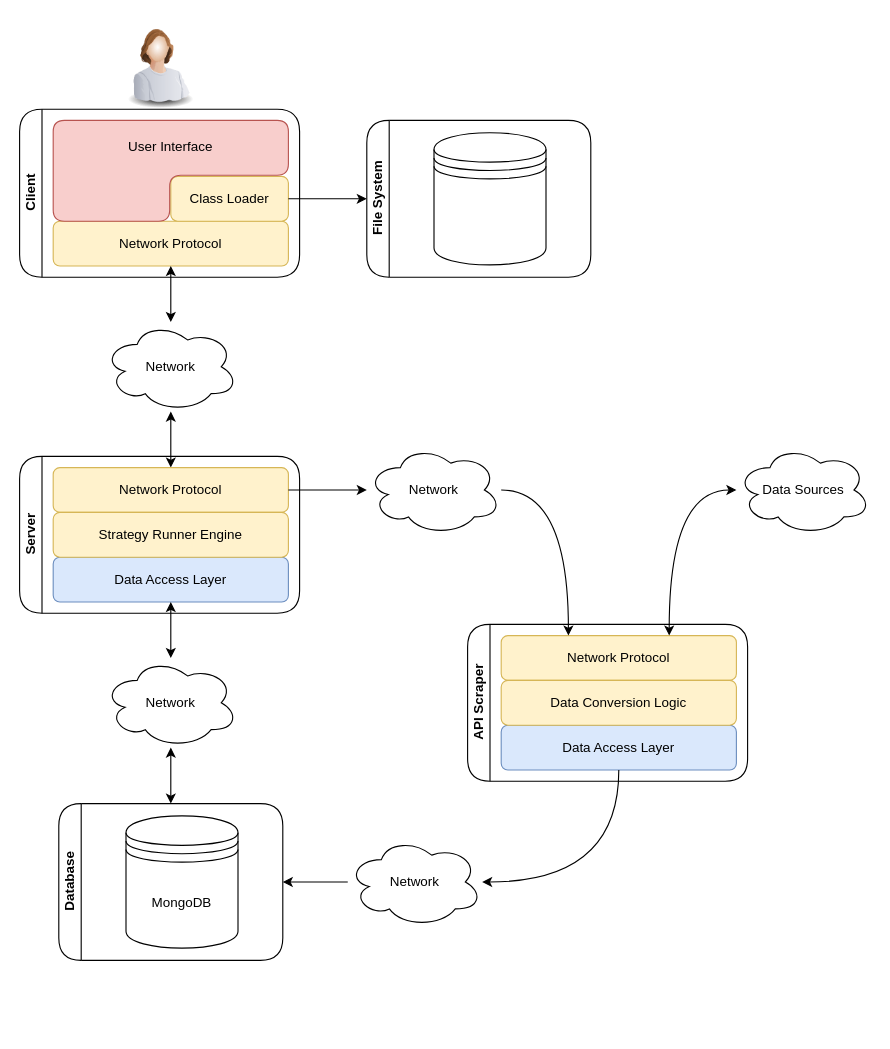
This is drawio/arch.drawio from nferrante1/lsmsd2, a draw.io file, before an edit. Source tidied: cells renumbered, new cells numbered last; positions are measured from the earlier drawing's top-left corner, leaving out a move shared by most shapes. Both pictures are drawn from the tidied source at 112%, with x=0, y=0 at pixel (19, 19).
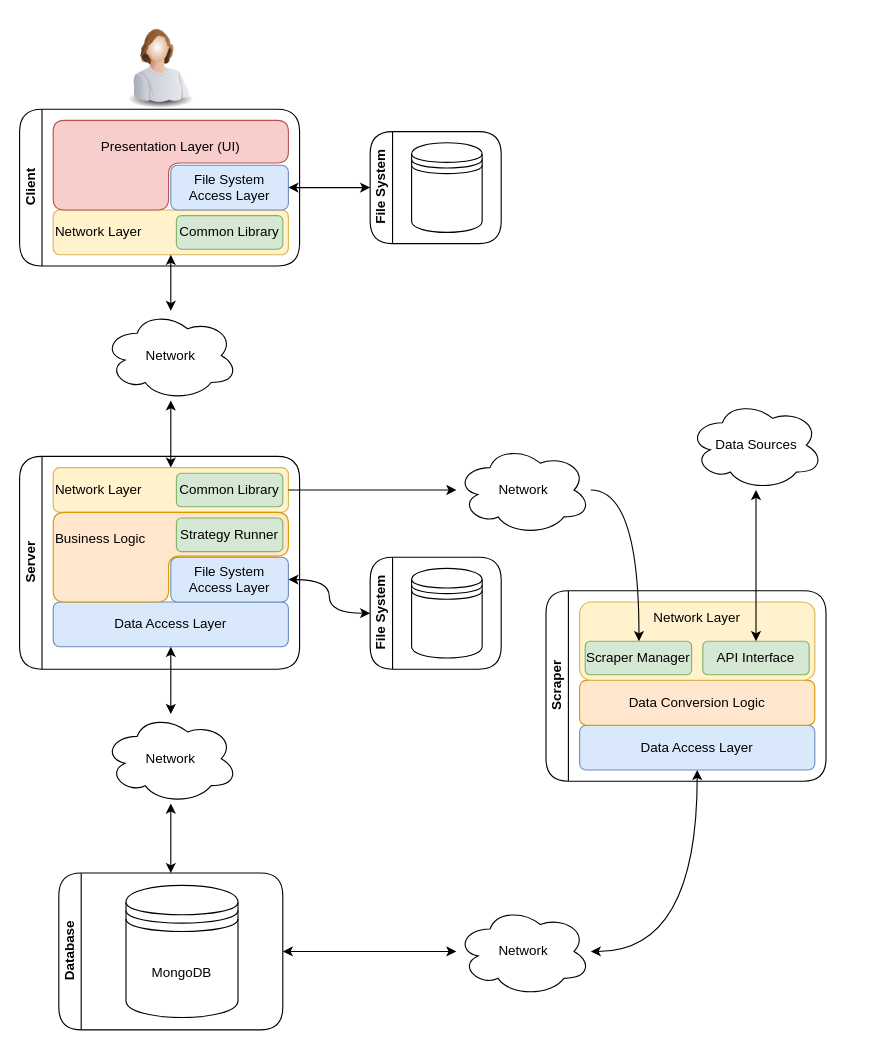
The same diagram, later.

The edit, as a diff of the source:
```diff
@@
     <mxCell id="2" value="Client" style="swimlane;html=1;startSize=20;horizontal=0;horizontalTree=1;containerType=tree;rounded=1;shadow=0;glass=0;comic=0;fillColor=#ffffff;arcSize=37;" parent="1" vertex="1">
-      <mxGeometry y="80" width="250" height="150" as="geometry" />
+      <mxGeometry y="80" width="250" height="140" as="geometry" />
     </mxCell>
-    <mxCell id="3" value="Network Protocol" style="rounded=1;whiteSpace=wrap;html=1;imageAspect=1;fillColor=#fff2cc;strokeColor=#d6b656;" parent="2" vertex="1">
-      <mxGeometry x="30" y="100" width="210" height="40" as="geometry" />
+    <mxCell id="3" value="Network Layer" style="rounded=1;whiteSpace=wrap;html=1;imageAspect=1;fillColor=#fff2cc;strokeColor=#d6b656;align=left;" parent="2" vertex="1">
+      <mxGeometry x="30" y="90" width="210" height="40" as="geometry" />
     </mxCell>
-    <mxCell id="4" value="Class Loader" style="rounded=1;whiteSpace=wrap;html=1;fillColor=#fff2cc;strokeColor=#d6b656;" parent="2" vertex="1">
-      <mxGeometry x="135" y="60" width="105" height="40" as="geometry" />
+    <mxCell id="4" value="File System Access Layer" style="rounded=1;whiteSpace=wrap;html=1;fillColor=#dae8fc;strokeColor=#6c8ebf;" parent="2" vertex="1">
+      <mxGeometry x="135" y="50" width="105" height="40" as="geometry" />
     </mxCell>
-    <mxCell id="5" value="User Interface" style="shape=corner;whiteSpace=wrap;rounded=1;shadow=0;glass=0;comic=0;startSize=20;fillColor=#f8cecc;dx=104;dy=49;strokeColor=#b85450;verticalAlign=top;labelPosition=center;verticalLabelPosition=middle;align=center;horizontal=1;html=1;spacingTop=10;" parent="2" vertex="1">
-      <mxGeometry x="30" y="10" width="210" height="90" as="geometry" />
+    <mxCell id="5" value="Presentation Layer (UI)" style="shape=corner;whiteSpace=wrap;rounded=1;shadow=0;glass=0;comic=0;startSize=20;fillColor=#f8cecc;dx=103;dy=38;strokeColor=#b85450;verticalAlign=top;labelPosition=center;verticalLabelPosition=middle;align=center;horizontal=1;html=1;spacingTop=10;" parent="2" vertex="1">
+      <mxGeometry x="30" y="10" width="210" height="80" as="geometry" />
     </mxCell>
-    <mxCell id="6" style="edgeStyle=orthogonalEdgeStyle;rounded=0;jettySize=auto;html=1;startSize=20;" parent="1" edge="1" source="4" target="7">
-      <mxGeometry relative="1" as="geometry" />
-    </mxCell>
+    <mxCell id="34" value="Common Library" style="rounded=1;whiteSpace=wrap;html=1;fillColor=#d5e8d4;strokeColor=#82b366;" parent="2" vertex="1">
+      <mxGeometry x="140" y="95" width="95" height="30" as="geometry" />
+    </mxCell>
     <mxCell id="7" value="&lt;div&gt;File System&lt;/div&gt;" style="swimlane;html=1;startSize=20;horizontal=0;horizontalTree=1;containerType=tree;rounded=1;shadow=0;glass=0;comic=0;fillColor=#ffffff;arcSize=37;" parent="1" vertex="1">
-      <mxGeometry x="310" y="90" width="200" height="140" as="geometry" />
+      <mxGeometry x="313" y="100" width="117" height="100" as="geometry" />
     </mxCell>
     <mxCell id="8" style="shape=datastore;whiteSpace=wrap;html=1;rounded=1;shadow=0;glass=0;comic=0;startSize=20;fillColor=#ffffff;" parent="7" vertex="1">
-      <mxGeometry x="60" y="11" width="100" height="118" as="geometry" />
+      <mxGeometry x="37" y="10" width="63" height="80" as="geometry" />
     </mxCell>
@@
     <mxCell id="10" value="Network" style="ellipse;shape=cloud;whiteSpace=wrap;html=1;rounded=1;shadow=0;glass=0;comic=0;startSize=20;fillColor=#ffffff;" parent="1" vertex="1">
-      <mxGeometry x="75" y="270" width="120" height="80" as="geometry" />
+      <mxGeometry x="75" y="260" width="120" height="80" as="geometry" />
     </mxCell>
@@
     <mxCell id="12" value="Server" style="swimlane;html=1;startSize=20;horizontal=0;horizontalTree=1;containerType=tree;rounded=1;shadow=0;glass=0;comic=0;fillColor=#ffffff;arcSize=37;" parent="1" vertex="1">
-      <mxGeometry y="390" width="250" height="140" as="geometry" />
+      <mxGeometry y="390" width="250" height="190" as="geometry" />
     </mxCell>
-    <mxCell id="13" value="Network Protocol" style="rounded=1;whiteSpace=wrap;html=1;imageAspect=1;fillColor=#fff2cc;strokeColor=#d6b656;" parent="12" vertex="1">
+    <mxCell id="13" value="Network Layer" style="rounded=1;whiteSpace=wrap;html=1;imageAspect=1;fillColor=#fff2cc;strokeColor=#d6b656;align=left;" parent="12" vertex="1">
       <mxGeometry x="30" y="10" width="210" height="40" as="geometry" />
     </mxCell>
     <mxCell id="14" value="Data Access Layer" style="rounded=1;whiteSpace=wrap;html=1;imageAspect=1;fillColor=#dae8fc;strokeColor=#6c8ebf;" parent="12" vertex="1">
-      <mxGeometry x="30" y="90" width="210" height="40" as="geometry" />
+      <mxGeometry x="30" y="130" width="210" height="40" as="geometry" />
     </mxCell>
-    <mxCell id="15" value="Strategy Runner Engine" style="rounded=1;whiteSpace=wrap;html=1;imageAspect=1;fillColor=#fff2cc;strokeColor=#d6b656;" parent="12" vertex="1">
-      <mxGeometry x="30" y="50" width="210" height="40" as="geometry" />
-    </mxCell>
+    <mxCell id="35" value="File System Access Layer" style="rounded=1;whiteSpace=wrap;html=1;fillColor=#dae8fc;strokeColor=#6c8ebf;" parent="12" vertex="1">
+      <mxGeometry x="135" y="90" width="105" height="40" as="geometry" />
+    </mxCell>
+    <mxCell id="36" value="Business Logic" style="shape=corner;whiteSpace=wrap;rounded=1;shadow=0;glass=0;comic=0;startSize=20;fillColor=#ffe6cc;dx=103;dy=39;strokeColor=#d79b00;verticalAlign=top;labelPosition=center;verticalLabelPosition=middle;align=left;horizontal=1;html=1;spacingTop=10;" parent="12" vertex="1">
+      <mxGeometry x="30" y="50" width="210" height="80" as="geometry" />
+    </mxCell>
+    <mxCell id="37" value="Strategy Runner" style="rounded=1;whiteSpace=wrap;html=1;fillColor=#d5e8d4;strokeColor=#82b366;" parent="12" vertex="1">
+      <mxGeometry x="140" y="55" width="95" height="30" as="geometry" />
+    </mxCell>
+    <mxCell id="38" value="Common Library" style="rounded=1;whiteSpace=wrap;html=1;fillColor=#d5e8d4;strokeColor=#82b366;" parent="12" vertex="1">
+      <mxGeometry x="140" y="15" width="95" height="30" as="geometry" />
+    </mxCell>
     <mxCell id="16" value="Database" style="swimlane;html=1;startSize=20;horizontal=0;horizontalTree=1;containerType=tree;rounded=1;shadow=0;glass=0;comic=0;fillColor=#ffffff;arcSize=37;" parent="1" vertex="1">
-      <mxGeometry x="35" y="700" width="200" height="140" as="geometry" />
+      <mxGeometry x="35" y="762" width="200" height="140" as="geometry" />
     </mxCell>
@@
     <mxCell id="20" value="Network" style="ellipse;shape=cloud;whiteSpace=wrap;html=1;rounded=1;shadow=0;glass=0;comic=0;startSize=20;fillColor=#ffffff;" parent="1" vertex="1">
-      <mxGeometry x="75" y="570" width="120" height="80" as="geometry" />
+      <mxGeometry x="75" y="620" width="120" height="80" as="geometry" />
     </mxCell>
@@
-    <mxCell id="22" value="API Scraper" style="swimlane;html=1;startSize=20;horizontal=0;horizontalTree=1;containerType=tree;rounded=1;shadow=0;glass=0;comic=0;fillColor=#ffffff;arcSize=37;" parent="1" vertex="1">
-      <mxGeometry x="400" y="540" width="250" height="140" as="geometry" />
+    <mxCell id="22" value="&lt;div&gt;Scraper&lt;/div&gt;" style="swimlane;html=1;startSize=20;horizontal=0;horizontalTree=1;containerType=tree;rounded=1;shadow=0;glass=0;comic=0;fillColor=#ffffff;arcSize=37;" parent="1" vertex="1">
+      <mxGeometry x="470" y="510" width="250" height="170" as="geometry" />
     </mxCell>
-    <mxCell id="23" value="Network Protocol" style="rounded=1;whiteSpace=wrap;html=1;imageAspect=1;fillColor=#fff2cc;strokeColor=#d6b656;" parent="22" vertex="1">
-      <mxGeometry x="30" y="10" width="210" height="40" as="geometry" />
-    </mxCell>
     <mxCell id="24" value="Data Access Layer" style="rounded=1;whiteSpace=wrap;html=1;imageAspect=1;fillColor=#dae8fc;strokeColor=#6c8ebf;" parent="22" vertex="1">
-      <mxGeometry x="30" y="90" width="210" height="40" as="geometry" />
+      <mxGeometry x="30" y="120" width="210" height="40" as="geometry" />
     </mxCell>
-    <mxCell id="25" value="Data Conversion Logic" style="rounded=1;whiteSpace=wrap;html=1;imageAspect=1;fillColor=#fff2cc;strokeColor=#d6b656;" parent="22" vertex="1">
-      <mxGeometry x="30" y="50" width="210" height="40" as="geometry" />
+    <mxCell id="25" value="Data Conversion Logic" style="rounded=1;whiteSpace=wrap;html=1;imageAspect=1;fillColor=#ffe6cc;strokeColor=#d79b00;" parent="22" vertex="1">
+      <mxGeometry x="30" y="80" width="210" height="40" as="geometry" />
     </mxCell>
+    <mxCell id="39" value="Network Layer" style="rounded=1;whiteSpace=wrap;html=1;imageAspect=1;fillColor=#fff2cc;strokeColor=#d6b656;align=center;verticalAlign=top;" parent="22" vertex="1">
+      <mxGeometry x="30" y="10" width="210" height="70" as="geometry" />
+    </mxCell>
+    <mxCell id="23" value="Scraper Manager" style="rounded=1;whiteSpace=wrap;html=1;imageAspect=1;fillColor=#d5e8d4;strokeColor=#82b366;" parent="22" vertex="1">
+      <mxGeometry x="35" y="45" width="95" height="30" as="geometry" />
+    </mxCell>
+    <mxCell id="40" value="API Interface" style="rounded=1;whiteSpace=wrap;html=1;imageAspect=1;fillColor=#d5e8d4;strokeColor=#82b366;" parent="22" vertex="1">
+      <mxGeometry x="140" y="45" width="95" height="30" as="geometry" />
+    </mxCell>
     <mxCell id="26" style="edgeStyle=orthogonalEdgeStyle;curved=1;rounded=0;jettySize=auto;html=1;startArrow=none;startFill=0;" parent="1" edge="1" source="27" target="23">
       <mxGeometry relative="1" as="geometry">
         <Array as="points">
-          <mxPoint x="490" y="420" />
+          <mxPoint x="553" y="420" />
         </Array>
       </mxGeometry>
     </mxCell>
     <mxCell id="27" value="Network" style="ellipse;shape=cloud;whiteSpace=wrap;html=1;rounded=1;shadow=0;glass=0;comic=0;startSize=20;fillColor=#ffffff;" parent="1" vertex="1">
-      <mxGeometry x="310" y="380" width="120" height="80" as="geometry" />
+      <mxGeometry x="390" y="380" width="120" height="80" as="geometry" />
     </mxCell>
-    <mxCell id="28" style="edgeStyle=none;rounded=0;jettySize=auto;html=1;startArrow=none;startFill=0;" parent="1" edge="1" source="29" target="16">
+    <mxCell id="28" style="edgeStyle=none;rounded=0;jettySize=auto;html=1;startArrow=classic;startFill=1;" parent="1" edge="1" source="29" target="16">
       <mxGeometry relative="1" as="geometry" />
     </mxCell>
     <mxCell id="29" value="Network" style="ellipse;shape=cloud;whiteSpace=wrap;html=1;rounded=1;shadow=0;glass=0;comic=0;startSize=20;fillColor=#ffffff;" parent="1" vertex="1">
-      <mxGeometry x="293" y="730" width="120" height="80" as="geometry" />
+      <mxGeometry x="390" y="792" width="120" height="80" as="geometry" />
     </mxCell>
@@
-    <mxCell id="31" style="edgeStyle=orthogonalEdgeStyle;curved=1;rounded=0;jettySize=auto;html=1;startArrow=none;startFill=0;" parent="1" edge="1" source="24" target="29">
+    <mxCell id="31" style="edgeStyle=orthogonalEdgeStyle;curved=1;rounded=0;jettySize=auto;html=1;startArrow=classic;startFill=1;exitX=0.5;exitY=1;exitDx=0;exitDy=0;" parent="1" edge="1" source="24" target="29">
       <mxGeometry relative="1" as="geometry">
         <Array as="points">
-          <mxPoint x="535" y="770" />
+          <mxPoint x="605" y="832" />
         </Array>
       </mxGeometry>
     </mxCell>
     <mxCell id="32" value="Data Sources" style="ellipse;shape=cloud;whiteSpace=wrap;html=1;" parent="1" vertex="1">
-      <mxGeometry x="640" y="380" width="120" height="80" as="geometry" />
+      <mxGeometry x="597.5" y="340" width="120" height="80" as="geometry" />
     </mxCell>
-    <mxCell id="33" style="edgeStyle=orthogonalEdgeStyle;curved=1;rounded=0;jettySize=auto;html=1;startArrow=classic;startFill=1;" parent="1" edge="1" source="23" target="32">
+    <mxCell id="33" style="edgeStyle=orthogonalEdgeStyle;curved=1;rounded=0;jettySize=auto;html=1;startArrow=classic;startFill=1;" parent="1" edge="1" source="40" target="32">
       <mxGeometry relative="1" as="geometry">
         <Array as="points">
-          <mxPoint x="580" y="420" />
+          <mxPoint x="640" y="420" />
         </Array>
       </mxGeometry>
     </mxCell>
+    <mxCell id="41" value="&lt;div&gt;File System&lt;/div&gt;" style="swimlane;html=1;startSize=20;horizontal=0;horizontalTree=1;containerType=tree;rounded=1;shadow=0;glass=0;comic=0;fillColor=#ffffff;arcSize=37;" parent="1" vertex="1">
+      <mxGeometry x="313" y="480" width="117" height="100" as="geometry" />
+    </mxCell>
+    <mxCell id="42" style="shape=datastore;whiteSpace=wrap;html=1;rounded=1;shadow=0;glass=0;comic=0;startSize=20;fillColor=#ffffff;" parent="41" vertex="1">
+      <mxGeometry x="37" y="10" width="63" height="80" as="geometry" />
+    </mxCell>
+    <mxCell id="43" style="edgeStyle=orthogonalEdgeStyle;rounded=0;jettySize=auto;html=1;startArrow=classic;startFill=1;curved=1;" parent="1" edge="1" source="35" target="41">
+      <mxGeometry relative="1" as="geometry" />
+    </mxCell>
+    <mxCell id="6" style="edgeStyle=orthogonalEdgeStyle;rounded=0;jettySize=auto;html=1;startArrow=classic;startFill=1;" parent="1" edge="1" source="4" target="7">
+      <mxGeometry relative="1" as="geometry" />
+    </mxCell>
```
